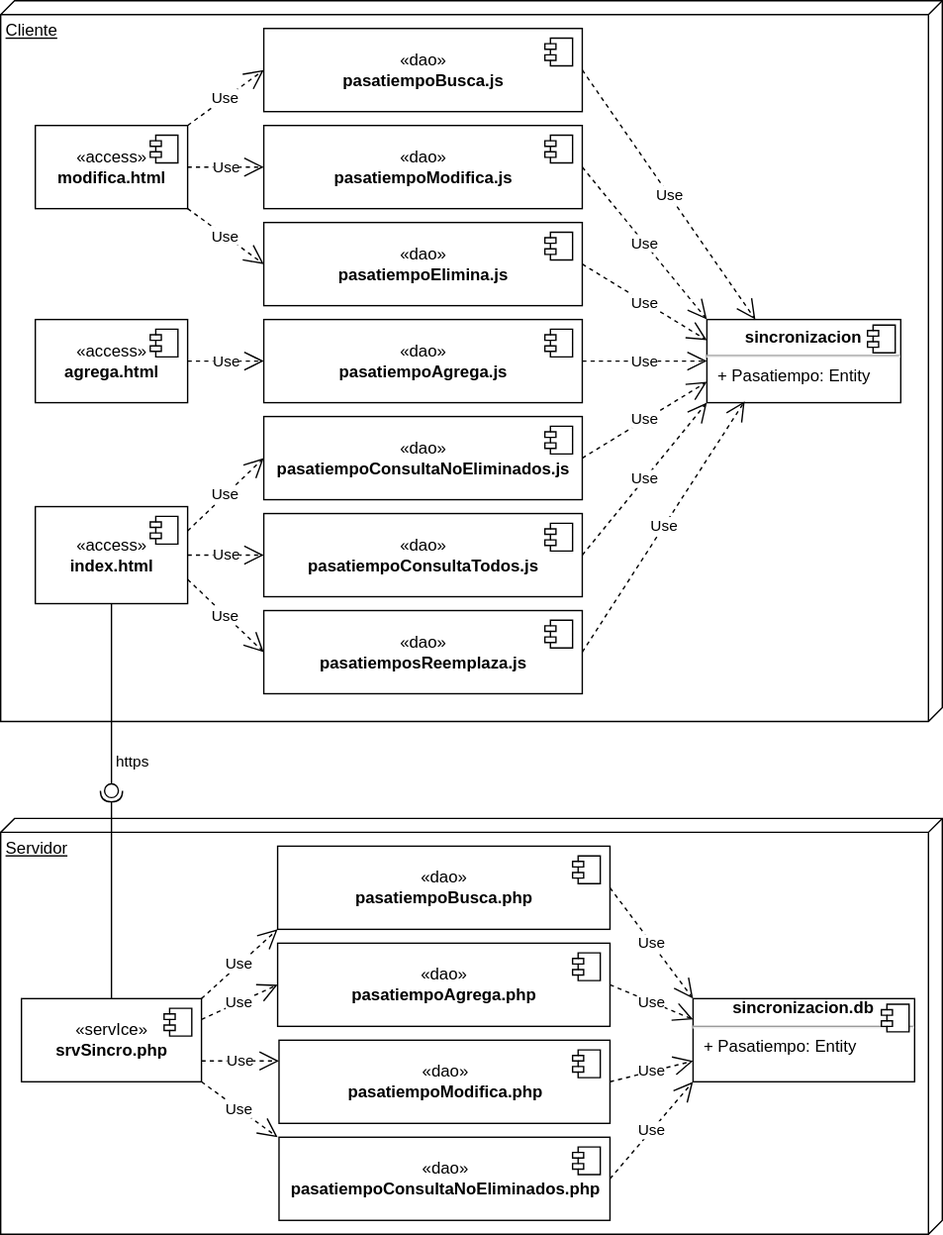
gilpgdm/gilpgdm.github.io keeps this draw.io diagram as img/m11sincro/sincrodistribucion.drawio.svg. Above is the earlier version. Source tidied: cells renumbered, new cells last; positions are measured from the earlier drawing's top-left corner, leaving out a move shared by most shapes. Its diagram source:
```xml
<mxGraphModel>
  <root>
    <mxCell id="0" />
    <mxCell id="1" parent="0" />
    <mxCell id="2" value="Cliente" style="verticalAlign=top;align=left;spacingTop=8;spacingLeft=2;spacingRight=12;shape=cube;size=10;direction=south;fontStyle=4;html=1;" parent="1" vertex="1">
      <mxGeometry width="680" height="520" as="geometry" />
    </mxCell>
    <mxCell id="3" value="«access»&lt;br&gt;&lt;b&gt;index.html&lt;/b&gt;" style="html=1;" parent="1" vertex="1">
      <mxGeometry x="25" y="365" width="110" height="70" as="geometry" />
    </mxCell>
    <mxCell id="4" style="shape=module;jettyWidth=8;jettyHeight=4;" parent="3" vertex="1">
      <mxGeometry x="1" width="20" height="20" relative="1" as="geometry">
        <mxPoint x="-27" y="7" as="offset" />
      </mxGeometry>
    </mxCell>
    <mxCell id="5" value="«dao»&lt;br&gt;&lt;b&gt;pasatiempoModifica.js&lt;/b&gt;" style="html=1;" parent="1" vertex="1">
      <mxGeometry x="190" y="90" width="230" height="60" as="geometry" />
    </mxCell>
    <mxCell id="6" style="shape=module;jettyWidth=8;jettyHeight=4;" parent="5" vertex="1">
      <mxGeometry x="1" width="20" height="20" relative="1" as="geometry">
        <mxPoint x="-27" y="7" as="offset" />
      </mxGeometry>
    </mxCell>
    <mxCell id="7" value="«dao»&lt;br&gt;&lt;b&gt;pasatiempoElimina.js&lt;/b&gt;" style="html=1;" parent="1" vertex="1">
      <mxGeometry x="190" y="160" width="230" height="60" as="geometry" />
    </mxCell>
    <mxCell id="8" style="shape=module;jettyWidth=8;jettyHeight=4;" parent="7" vertex="1">
      <mxGeometry x="1" width="20" height="20" relative="1" as="geometry">
        <mxPoint x="-27" y="7" as="offset" />
      </mxGeometry>
    </mxCell>
    <mxCell id="9" value="«dao»&lt;br&gt;&lt;b&gt;pasatiempoConsultaNoEliminados.js&lt;/b&gt;" style="html=1;" parent="1" vertex="1">
      <mxGeometry x="190" y="300" width="230" height="60" as="geometry" />
    </mxCell>
    <mxCell id="10" style="shape=module;jettyWidth=8;jettyHeight=4;" parent="9" vertex="1">
      <mxGeometry x="1" width="20" height="20" relative="1" as="geometry">
        <mxPoint x="-27" y="7" as="offset" />
      </mxGeometry>
    </mxCell>
    <mxCell id="11" value="https" style="rounded=0;jettySize=auto;html=1;endArrow=none;endFill=0;sketch=0;sourcePerimeterSpacing=0;targetPerimeterSpacing=0;" parent="1" edge="1" source="3" target="12">
      <mxGeometry x="0.75" y="15" relative="1" as="geometry" />
    </mxCell>
    <mxCell id="12" style="ellipse;whiteSpace=wrap;html=1;align=center;points=[];outlineConnect=0;sketch=0;" parent="1" vertex="1">
      <mxGeometry x="75" y="565" width="10" height="10" as="geometry" />
    </mxCell>
    <mxCell id="13" value="Use" style="endArrow=open;endSize=12;dashed=1;html=1;rounded=0;entryX=0;entryY=0.5;entryDx=0;entryDy=0;exitX=1;exitY=0.5;exitDx=0;exitDy=0;" parent="1" edge="1" source="51" target="21">
      <mxGeometry relative="1" as="geometry" />
    </mxCell>
    <mxCell id="14" value="Use" style="endArrow=open;endSize=12;dashed=1;html=1;rounded=0;entryX=0;entryY=0.5;entryDx=0;entryDy=0;exitX=1;exitY=1;exitDx=0;exitDy=0;" parent="1" edge="1" source="53" target="7">
      <mxGeometry relative="1" as="geometry" />
    </mxCell>
    <mxCell id="15" value="Use" style="endArrow=open;endSize=12;dashed=1;html=1;rounded=0;entryX=0;entryY=0.5;entryDx=0;entryDy=0;exitX=1;exitY=0.25;exitDx=0;exitDy=0;" parent="1" edge="1" source="3" target="9">
      <mxGeometry relative="1" as="geometry" />
    </mxCell>
    <mxCell id="16" value="Use" style="endArrow=open;endSize=12;dashed=1;html=1;rounded=0;exitX=1;exitY=0.5;exitDx=0;exitDy=0;entryX=0;entryY=0;entryDx=0;entryDy=0;" parent="1" edge="1" source="5" target="19">
      <mxGeometry relative="1" as="geometry" />
    </mxCell>
    <mxCell id="17" value="Use" style="endArrow=open;endSize=12;dashed=1;html=1;rounded=0;entryX=0;entryY=0.25;entryDx=0;entryDy=0;exitX=1;exitY=0.5;exitDx=0;exitDy=0;" parent="1" edge="1" source="7" target="19">
      <mxGeometry relative="1" as="geometry" />
    </mxCell>
    <mxCell id="18" value="Use" style="endArrow=open;endSize=12;dashed=1;html=1;rounded=0;entryX=0;entryY=0.75;entryDx=0;entryDy=0;exitX=1;exitY=0.5;exitDx=0;exitDy=0;" parent="1" edge="1" source="9" target="19">
      <mxGeometry relative="1" as="geometry" />
    </mxCell>
    <mxCell id="19" value="&lt;p style=&quot;margin:0px;margin-top:6px;text-align:center;&quot;&gt;&lt;b&gt;sincronizacion&lt;/b&gt;&lt;br&gt;&lt;/p&gt;&lt;hr&gt;&lt;p style=&quot;margin:0px;margin-left:8px;&quot;&gt;+ Pasatiempo: Entity&lt;/p&gt;" style="align=left;overflow=fill;html=1;" parent="1" vertex="1">
      <mxGeometry x="510" y="230" width="140" height="60" as="geometry" />
    </mxCell>
    <mxCell id="20" style="shape=component;jettyWidth=8;jettyHeight=4;" parent="19" vertex="1">
      <mxGeometry x="1" width="20" height="20" relative="1" as="geometry">
        <mxPoint x="-24" y="4" as="offset" />
      </mxGeometry>
    </mxCell>
    <mxCell id="21" value="«dao»&lt;br&gt;&lt;b&gt;pasatiempoAgrega.js&lt;/b&gt;" style="html=1;" parent="1" vertex="1">
      <mxGeometry x="190" y="230" width="230" height="60" as="geometry" />
    </mxCell>
    <mxCell id="22" style="shape=module;jettyWidth=8;jettyHeight=4;" parent="21" vertex="1">
      <mxGeometry x="1" width="20" height="20" relative="1" as="geometry">
        <mxPoint x="-27" y="7" as="offset" />
      </mxGeometry>
    </mxCell>
    <mxCell id="23" value="«dao»&lt;br&gt;&lt;b&gt;pasatiempoBusca.js&lt;/b&gt;" style="html=1;" parent="1" vertex="1">
      <mxGeometry x="190" y="20" width="230" height="60" as="geometry" />
    </mxCell>
    <mxCell id="24" style="shape=module;jettyWidth=8;jettyHeight=4;" parent="23" vertex="1">
      <mxGeometry x="1" width="20" height="20" relative="1" as="geometry">
        <mxPoint x="-27" y="7" as="offset" />
      </mxGeometry>
    </mxCell>
    <mxCell id="25" value="Use" style="endArrow=open;endSize=12;dashed=1;html=1;rounded=0;exitX=1;exitY=0.5;exitDx=0;exitDy=0;entryX=0;entryY=0.5;entryDx=0;entryDy=0;" parent="1" edge="1" source="21" target="19">
      <mxGeometry relative="1" as="geometry" />
    </mxCell>
    <mxCell id="26" value="Use" style="endArrow=open;endSize=12;dashed=1;html=1;rounded=0;exitX=1;exitY=0.5;exitDx=0;exitDy=0;entryX=0.25;entryY=0;entryDx=0;entryDy=0;" parent="1" edge="1" source="23" target="19">
      <mxGeometry relative="1" as="geometry" />
    </mxCell>
    <mxCell id="27" value="Use" style="endArrow=open;endSize=12;dashed=1;html=1;rounded=0;entryX=0;entryY=0.5;entryDx=0;entryDy=0;exitX=1;exitY=0;exitDx=0;exitDy=0;" parent="1" edge="1" source="53" target="23">
      <mxGeometry relative="1" as="geometry" />
    </mxCell>
    <mxCell id="28" value="Use" style="endArrow=open;endSize=12;dashed=1;html=1;rounded=0;entryX=0;entryY=0.5;entryDx=0;entryDy=0;exitX=1;exitY=0.5;exitDx=0;exitDy=0;" parent="1" edge="1" source="53" target="5">
      <mxGeometry relative="1" as="geometry" />
    </mxCell>
    <mxCell id="29" value="Servidor" style="verticalAlign=top;align=left;spacingTop=8;spacingLeft=2;spacingRight=12;shape=cube;size=10;direction=south;fontStyle=4;html=1;" parent="1" vertex="1">
      <mxGeometry y="590" width="680" height="300" as="geometry" />
    </mxCell>
    <mxCell id="30" value="«servIce»&lt;br&gt;&lt;b&gt;srvSincro.php&lt;/b&gt;" style="html=1;" parent="1" vertex="1">
      <mxGeometry x="15" y="720" width="130" height="60" as="geometry" />
    </mxCell>
    <mxCell id="31" style="shape=module;jettyWidth=8;jettyHeight=4;" parent="30" vertex="1">
      <mxGeometry x="1" width="20" height="20" relative="1" as="geometry">
        <mxPoint x="-27" y="7" as="offset" />
      </mxGeometry>
    </mxCell>
    <mxCell id="32" value="«dao»&lt;br&gt;&lt;b&gt;pasatiempoModifica.php&lt;/b&gt;" style="html=1;" parent="1" vertex="1">
      <mxGeometry x="201" y="750" width="239" height="60" as="geometry" />
    </mxCell>
    <mxCell id="33" style="shape=module;jettyWidth=8;jettyHeight=4;" parent="32" vertex="1">
      <mxGeometry x="1" width="20" height="20" relative="1" as="geometry">
        <mxPoint x="-27" y="7" as="offset" />
      </mxGeometry>
    </mxCell>
    <mxCell id="34" value="«dao»&lt;br&gt;&lt;b&gt;pasatiempoConsultaNoEliminados.php&lt;/b&gt;" style="html=1;" parent="1" vertex="1">
      <mxGeometry x="201" y="820" width="239" height="60" as="geometry" />
    </mxCell>
    <mxCell id="35" style="shape=module;jettyWidth=8;jettyHeight=4;" parent="34" vertex="1">
      <mxGeometry x="1" width="20" height="20" relative="1" as="geometry">
        <mxPoint x="-27" y="7" as="offset" />
      </mxGeometry>
    </mxCell>
    <mxCell id="36" style="rounded=0;jettySize=auto;html=1;endArrow=halfCircle;endFill=0;endSize=6;strokeWidth=1;sketch=0;exitX=0.5;exitY=0;exitDx=0;exitDy=0;entryX=0.5;entryY=0.5;entryDx=0;entryDy=0;entryPerimeter=0;" parent="1" edge="1" source="30" target="12">
      <mxGeometry relative="1" as="geometry" />
    </mxCell>
    <mxCell id="37" value="Use" style="endArrow=open;endSize=12;dashed=1;html=1;rounded=0;entryX=0;entryY=0.5;entryDx=0;entryDy=0;exitX=1;exitY=0.25;exitDx=0;exitDy=0;" parent="1" edge="1" source="30" target="43">
      <mxGeometry relative="1" as="geometry" />
    </mxCell>
    <mxCell id="38" value="Use" style="endArrow=open;endSize=12;dashed=1;html=1;rounded=0;entryX=0;entryY=0;entryDx=0;entryDy=0;exitX=1;exitY=1;exitDx=0;exitDy=0;" parent="1" edge="1" source="30">
      <mxGeometry relative="1" as="geometry">
        <mxPoint x="200" y="820" as="targetPoint" />
      </mxGeometry>
    </mxCell>
    <mxCell id="39" value="Use" style="endArrow=open;endSize=12;dashed=1;html=1;rounded=0;exitX=1;exitY=0.5;exitDx=0;exitDy=0;entryX=0;entryY=0.75;entryDx=0;entryDy=0;" parent="1" edge="1" source="32" target="41">
      <mxGeometry relative="1" as="geometry" />
    </mxCell>
    <mxCell id="40" value="Use" style="endArrow=open;endSize=12;dashed=1;html=1;rounded=0;entryX=0;entryY=1;entryDx=0;entryDy=0;exitX=1;exitY=0.5;exitDx=0;exitDy=0;" parent="1" edge="1" source="34" target="41">
      <mxGeometry relative="1" as="geometry" />
    </mxCell>
    <mxCell id="41" value="&lt;div style=&quot;text-align: center;&quot;&gt;&lt;b&gt;sincronizacion&lt;/b&gt;&lt;b style=&quot;background-color: initial;&quot;&gt;.db&lt;/b&gt;&lt;/div&gt;&lt;hr&gt;&lt;p style=&quot;margin:0px;margin-left:8px;&quot;&gt;+ Pasatiempo: Entity&lt;/p&gt;" style="align=left;overflow=fill;html=1;" parent="1" vertex="1">
      <mxGeometry x="500" y="720" width="160" height="60" as="geometry" />
    </mxCell>
    <mxCell id="42" style="shape=component;jettyWidth=8;jettyHeight=4;" parent="41" vertex="1">
      <mxGeometry x="1" width="20" height="20" relative="1" as="geometry">
        <mxPoint x="-24" y="4" as="offset" />
      </mxGeometry>
    </mxCell>
    <mxCell id="43" value="«dao»&lt;br&gt;&lt;b&gt;pasatiempoAgrega.php&lt;/b&gt;" style="html=1;" parent="1" vertex="1">
      <mxGeometry x="200" y="680" width="240" height="60" as="geometry" />
    </mxCell>
    <mxCell id="44" style="shape=module;jettyWidth=8;jettyHeight=4;" parent="43" vertex="1">
      <mxGeometry x="1" width="20" height="20" relative="1" as="geometry">
        <mxPoint x="-27" y="7" as="offset" />
      </mxGeometry>
    </mxCell>
    <mxCell id="45" value="«dao»&lt;br&gt;&lt;b&gt;pasatiempoBusca.php&lt;/b&gt;" style="html=1;" parent="1" vertex="1">
      <mxGeometry x="200" y="610" width="240" height="60" as="geometry" />
    </mxCell>
    <mxCell id="46" style="shape=module;jettyWidth=8;jettyHeight=4;" parent="45" vertex="1">
      <mxGeometry x="1" width="20" height="20" relative="1" as="geometry">
        <mxPoint x="-27" y="7" as="offset" />
      </mxGeometry>
    </mxCell>
    <mxCell id="47" value="Use" style="endArrow=open;endSize=12;dashed=1;html=1;rounded=0;exitX=1;exitY=0.5;exitDx=0;exitDy=0;entryX=0;entryY=0.25;entryDx=0;entryDy=0;" parent="1" edge="1" source="43" target="41">
      <mxGeometry relative="1" as="geometry" />
    </mxCell>
    <mxCell id="48" value="Use" style="endArrow=open;endSize=12;dashed=1;html=1;rounded=0;exitX=1;exitY=0.5;exitDx=0;exitDy=0;entryX=0;entryY=0;entryDx=0;entryDy=0;" parent="1" edge="1" source="45" target="41">
      <mxGeometry relative="1" as="geometry" />
    </mxCell>
    <mxCell id="49" value="Use" style="endArrow=open;endSize=12;dashed=1;html=1;rounded=0;entryX=0;entryY=1;entryDx=0;entryDy=0;exitX=1;exitY=0;exitDx=0;exitDy=0;" parent="1" edge="1" source="30" target="45">
      <mxGeometry relative="1" as="geometry" />
    </mxCell>
    <mxCell id="50" value="Use" style="endArrow=open;endSize=12;dashed=1;html=1;rounded=0;entryX=0;entryY=0.25;entryDx=0;entryDy=0;exitX=1;exitY=0.75;exitDx=0;exitDy=0;" parent="1" edge="1" source="30" target="32">
      <mxGeometry relative="1" as="geometry" />
    </mxCell>
    <mxCell id="51" value="«access»&lt;br&gt;&lt;b&gt;agrega.html&lt;/b&gt;" style="html=1;" parent="1" vertex="1">
      <mxGeometry x="25" y="230" width="110" height="60" as="geometry" />
    </mxCell>
    <mxCell id="52" style="shape=module;jettyWidth=8;jettyHeight=4;" parent="51" vertex="1">
      <mxGeometry x="1" width="20" height="20" relative="1" as="geometry">
        <mxPoint x="-27" y="7" as="offset" />
      </mxGeometry>
    </mxCell>
    <mxCell id="53" value="«access»&lt;br&gt;&lt;b&gt;modifica.html&lt;/b&gt;" style="html=1;" parent="1" vertex="1">
      <mxGeometry x="25" y="90" width="110" height="60" as="geometry" />
    </mxCell>
    <mxCell id="54" style="shape=module;jettyWidth=8;jettyHeight=4;" parent="53" vertex="1">
      <mxGeometry x="1" width="20" height="20" relative="1" as="geometry">
        <mxPoint x="-27" y="7" as="offset" />
      </mxGeometry>
    </mxCell>
    <mxCell id="55" value="«dao»&lt;br&gt;&lt;b&gt;pasatiempoConsultaTodos.js&lt;/b&gt;" style="html=1;" parent="1" vertex="1">
      <mxGeometry x="190" y="370" width="230" height="60" as="geometry" />
    </mxCell>
    <mxCell id="56" style="shape=module;jettyWidth=8;jettyHeight=4;" parent="55" vertex="1">
      <mxGeometry x="1" width="20" height="20" relative="1" as="geometry">
        <mxPoint x="-27" y="7" as="offset" />
      </mxGeometry>
    </mxCell>
    <mxCell id="57" value="Use" style="endArrow=open;endSize=12;dashed=1;html=1;rounded=0;entryX=0;entryY=1;entryDx=0;entryDy=0;exitX=1;exitY=0.5;exitDx=0;exitDy=0;" parent="1" edge="1" source="55" target="19">
      <mxGeometry relative="1" as="geometry" />
    </mxCell>
    <mxCell id="58" value="Use" style="endArrow=open;endSize=12;dashed=1;html=1;rounded=0;entryX=0;entryY=0.5;entryDx=0;entryDy=0;exitX=1;exitY=0.5;exitDx=0;exitDy=0;" parent="1" edge="1" source="3" target="55">
      <mxGeometry relative="1" as="geometry" />
    </mxCell>
    <mxCell id="59" value="«dao»&lt;br&gt;&lt;b&gt;pasatiemposReemplaza.js&lt;/b&gt;" style="html=1;" parent="1" vertex="1">
      <mxGeometry x="190" y="440" width="230" height="60" as="geometry" />
    </mxCell>
    <mxCell id="60" style="shape=module;jettyWidth=8;jettyHeight=4;" parent="59" vertex="1">
      <mxGeometry x="1" width="20" height="20" relative="1" as="geometry">
        <mxPoint x="-27" y="7" as="offset" />
      </mxGeometry>
    </mxCell>
    <mxCell id="61" value="Use" style="endArrow=open;endSize=12;dashed=1;html=1;rounded=0;entryX=0;entryY=0.5;entryDx=0;entryDy=0;exitX=1;exitY=0.75;exitDx=0;exitDy=0;" parent="1" edge="1" source="3" target="59">
      <mxGeometry relative="1" as="geometry" />
    </mxCell>
    <mxCell id="62" value="Use" style="endArrow=open;endSize=12;dashed=1;html=1;rounded=0;entryX=0.195;entryY=0.983;entryDx=0;entryDy=0;exitX=1;exitY=0.5;exitDx=0;exitDy=0;entryPerimeter=0;" parent="1" edge="1" source="59" target="19">
      <mxGeometry relative="1" as="geometry" />
    </mxCell>
  </root>
</mxGraphModel>
```
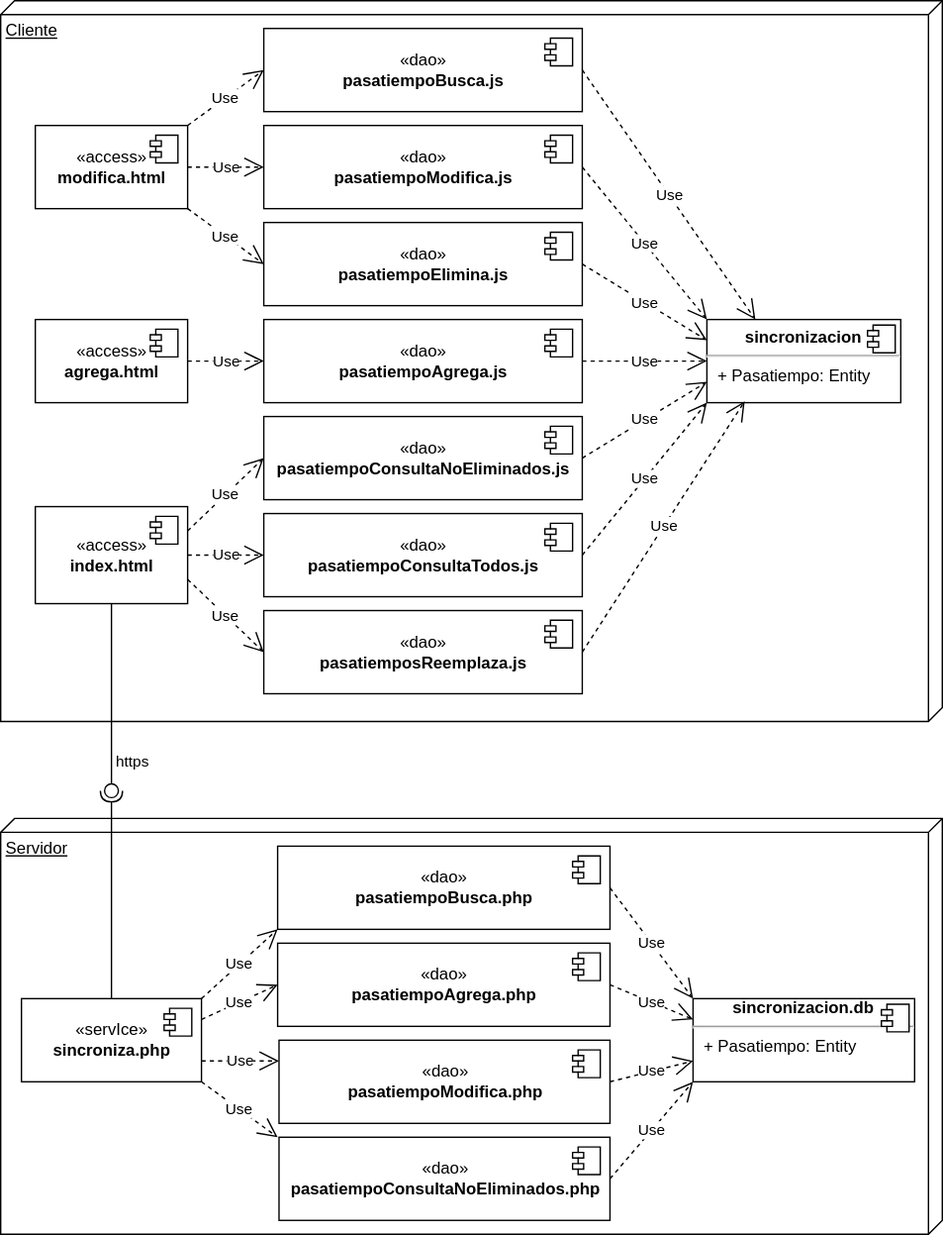
The same diagram one commit later.

Change to the diagram source:
```diff
@@ -100,7 +100,7 @@
     <mxCell id="29" value="Servidor" style="verticalAlign=top;align=left;spacingTop=8;spacingLeft=2;spacingRight=12;shape=cube;size=10;direction=south;fontStyle=4;html=1;" parent="1" vertex="1">
       <mxGeometry y="590" width="680" height="300" as="geometry" />
     </mxCell>
-    <mxCell id="30" value="«servIce»&lt;br&gt;&lt;b&gt;srvSincro.php&lt;/b&gt;" style="html=1;" parent="1" vertex="1">
+    <mxCell id="30" value="«servIce»&lt;br&gt;&lt;b&gt;sincroniza.php&lt;/b&gt;" style="html=1;" parent="1" vertex="1">
       <mxGeometry x="15" y="720" width="130" height="60" as="geometry" />
     </mxCell>
     <mxCell id="31" style="shape=module;jettyWidth=8;jettyHeight=4;" parent="30" vertex="1">
```
